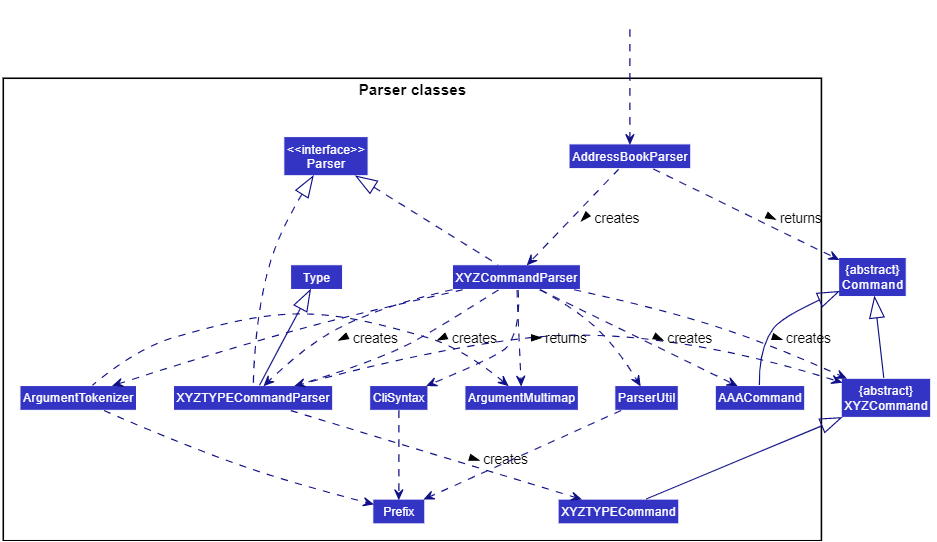
Above: docs/images/ParserClasses.png in rcjj98/tp (PlantUML), before the change. Its source is kept beside it as docs/diagrams/ParserClasses.puml.
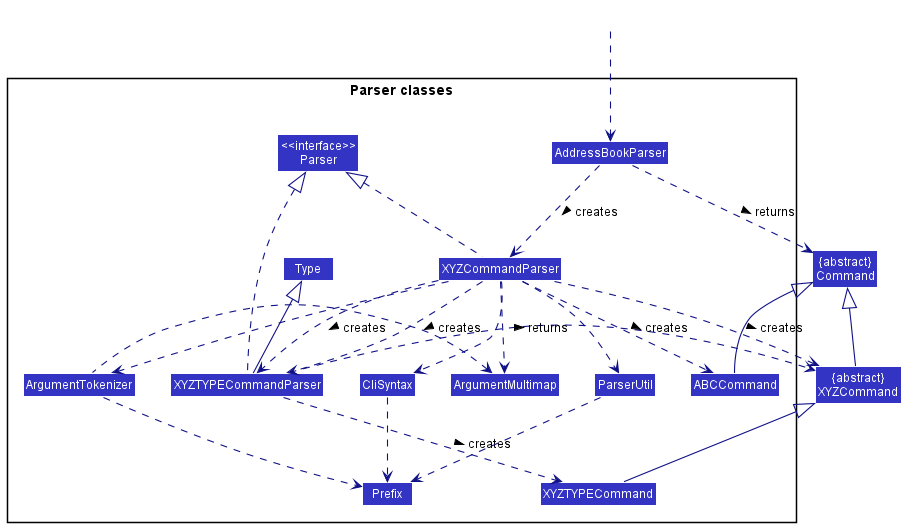
Above is the later version.

What changed in the source:
```diff
@@ -19,7 +19,7 @@
 Class XYZTYPECommandParser
 Class XYZTYPECommand
 enum Type
-Class AAACommand
+Class ABCCommand
 }
 
 Class HiddenOutside #FFFFFF
@@ -45,7 +45,7 @@
 ArgumentTokenizer .down.> Prefix
 XYZCommand -up-|> Command
 XYZCommandParser ..> XYZTYPECommandParser: creates >
-AAACommand -up|> Command
-XYZCommandParser ..> AAACommand : creates >
+ABCCommand -up|> Command
+XYZCommandParser ..> ABCCommand : creates >
 
 @enduml
```
